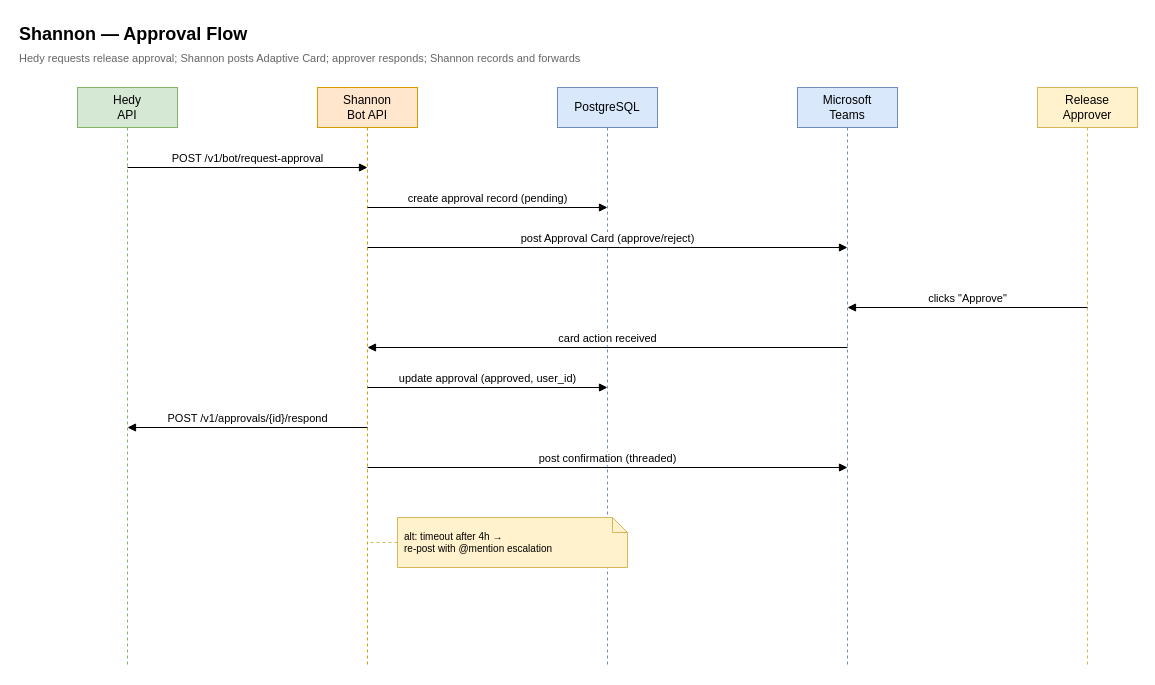
Before: page "Approval Flow" (2 of 2) of docs/diagrams/workforce/SHANNON_SEQUENCE.drawio in jmac-cornelis/agent-workforce, a draw.io diagram. Source tidied: cells renumbered, new cells numbered last; positions are measured from the earlier drawing's top-left corner, leaving out a move shared by most shapes. Both pictures are drawn from the tidied source at 100%, with x=0, y=0 at pixel (17, 17).
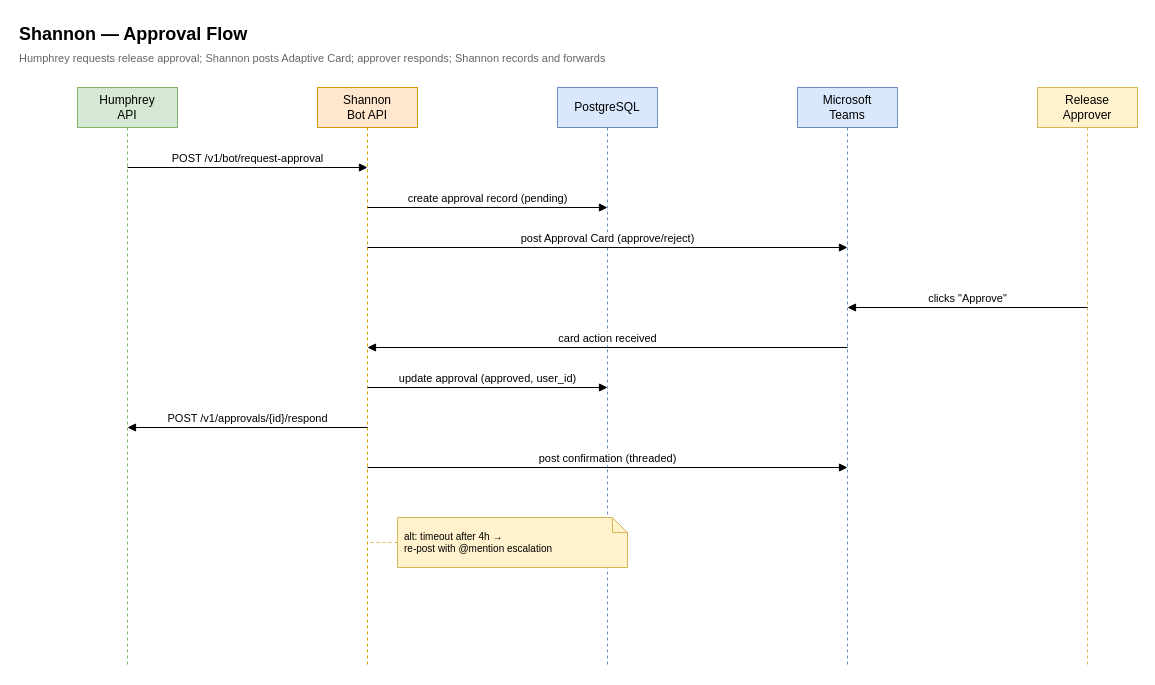
The same diagram, later.

Diff of the diagram source:
```diff
@@
-    <mxCell id="3" value="Hedy requests release approval; Shannon posts Adaptive Card; approver responds; Shannon records and forwards" style="text;html=1;fontSize=11;fontColor=#666666;align=left;" parent="1" vertex="1">
+    <mxCell id="3" value="Humphrey requests release approval; Shannon posts Adaptive Card; approver responds; Shannon records and forwards" style="text;html=1;fontSize=11;fontColor=#666666;align=left;" parent="1" vertex="1">
       <mxGeometry y="28" width="700" height="20" as="geometry" />
     </mxCell>
-    <mxCell id="4" value="Hedy&#10;API" style="shape=umlLifeline;perimeter=lifelinePerimeter;whiteSpace=wrap;html=1;size=40;fillColor=#d5e8d4;strokeColor=#82b366;" parent="1" vertex="1">
+    <mxCell id="4" value="Humphrey&#10;API" style="shape=umlLifeline;perimeter=lifelinePerimeter;whiteSpace=wrap;html=1;size=40;fillColor=#d5e8d4;strokeColor=#82b366;" parent="1" vertex="1">
       <mxGeometry x="60" y="70" width="100" height="580" as="geometry" />
     </mxCell>
```
